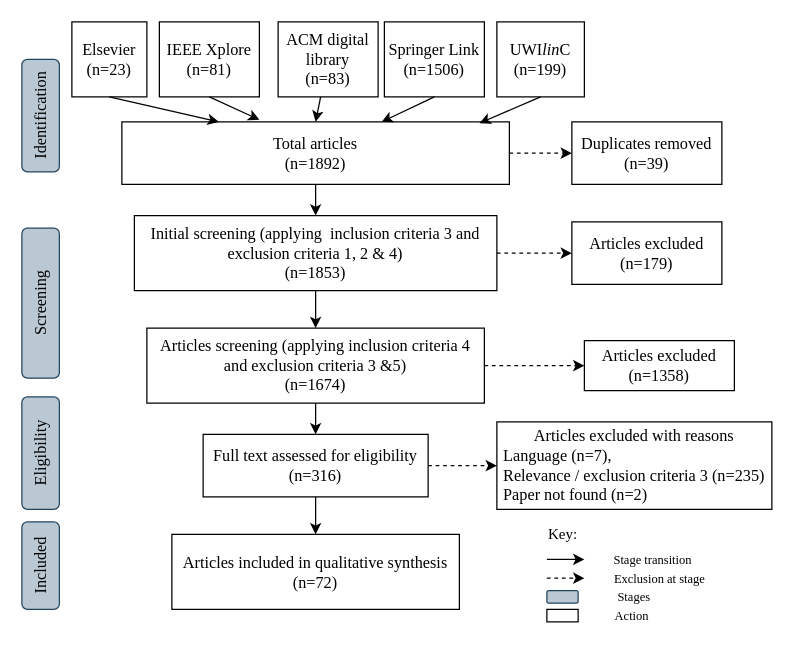
Before: page "SLR Stages" (7 of 15) of TheModel.drawio in Kibolabs/Diagrams, a draw.io diagram. Source tidied: cells renumbered, new cells numbered last; positions are measured from the earlier drawing's top-left corner, leaving out a move shared by most shapes. Both pictures are drawn from the tidied source at 125%, with x=0, y=0 at pixel (-35, 21).
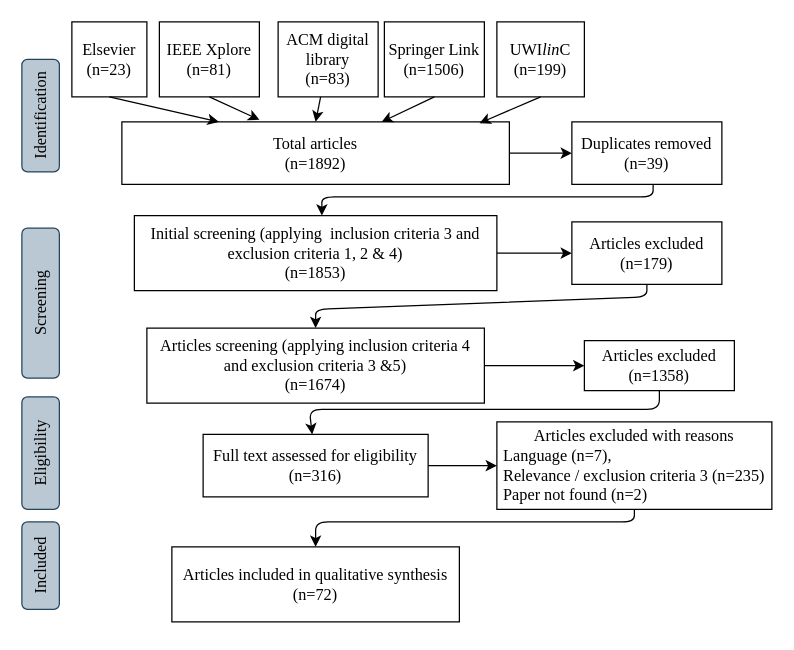
The same diagram, later.

Unchanged cells that the change refers to:
```xml
<mxCell id="11" value="&lt;div style=&quot;font-size: 13px&quot;&gt;Total articles&lt;/div&gt;&lt;div style=&quot;font-size: 13px&quot;&gt;(n=1892)&lt;br style=&quot;font-size: 13px&quot;&gt;&lt;/div&gt;" style="rounded=0;whiteSpace=wrap;html=1;fontFamily=Times New Roman;fontSize=13;" parent="1" vertex="1">
  <mxGeometry x="125" y="80" width="310" height="50" as="geometry" />
</mxCell>
<mxCell id="12" value="&lt;div style=&quot;font-size: 13px;&quot;&gt;Initial screening (applying&amp;nbsp; inclusion criteria 3 and exclusion criteria 1, 2 &amp;amp; 4)&lt;/div&gt;&lt;div style=&quot;font-size: 13px;&quot;&gt;(n=1853)&lt;br style=&quot;font-size: 13px;&quot;&gt;&lt;/div&gt;" style="rounded=0;whiteSpace=wrap;html=1;fontFamily=Times New Roman;fontSize=13;" parent="1" vertex="1">
  <mxGeometry x="135" y="155" width="290" height="60" as="geometry" />
</mxCell>
<mxCell id="13" value="&lt;div style=&quot;font-size: 13px&quot;&gt;Articles excluded&lt;/div&gt;&lt;div style=&quot;font-size: 13px&quot;&gt;(n=179)&lt;br style=&quot;font-size: 13px&quot;&gt;&lt;/div&gt;" style="rounded=0;whiteSpace=wrap;html=1;fontFamily=Times New Roman;fontSize=13;" parent="1" vertex="1">
  <mxGeometry x="485" y="160" width="120" height="50" as="geometry" />
</mxCell>
<mxCell id="14" value="&lt;div style=&quot;font-size: 13px&quot;&gt;Articles screening (applying inclusion criteria 4 and exclusion criteria 3 &amp;amp;5)&lt;/div&gt;&lt;div style=&quot;font-size: 13px&quot;&gt;(n=1674)&lt;br style=&quot;font-size: 13px&quot;&gt;&lt;/div&gt;" style="rounded=0;whiteSpace=wrap;html=1;fontFamily=Times New Roman;fontSize=13;" parent="1" vertex="1">
  <mxGeometry x="145" y="245" width="270" height="60" as="geometry" />
</mxCell>
<mxCell id="15" value="&lt;div style=&quot;font-size: 13px;&quot;&gt;Articles excluded&lt;/div&gt;&lt;div style=&quot;font-size: 13px;&quot;&gt;(n=1358)&lt;br style=&quot;font-size: 13px;&quot;&gt;&lt;/div&gt;" style="rounded=0;whiteSpace=wrap;html=1;fontFamily=Times New Roman;fontSize=13;" parent="1" vertex="1">
  <mxGeometry x="495" y="255" width="120" height="40" as="geometry" />
</mxCell>
<mxCell id="16" value="&lt;div style=&quot;font-size: 13px;&quot;&gt;Full text assessed for eligibility&lt;/div&gt;&lt;div style=&quot;font-size: 13px;&quot;&gt;(n=316)&lt;br style=&quot;font-size: 13px;&quot;&gt;&lt;/div&gt;" style="rounded=0;whiteSpace=wrap;html=1;fontFamily=Times New Roman;fontSize=13;" parent="1" vertex="1">
  <mxGeometry x="190" y="330" width="180" height="50" as="geometry" />
</mxCell>
<mxCell id="17" value="&lt;div style=&quot;font-size: 13px&quot;&gt;Articles excluded with reasons&lt;br&gt;&lt;/div&gt;&lt;div style=&quot;font-size: 13px&quot; align=&quot;justify&quot;&gt;Language (n=7), &lt;br style=&quot;font-size: 13px&quot;&gt;&lt;/div&gt;&lt;div style=&quot;font-size: 13px&quot; align=&quot;justify&quot;&gt;Relevance / exclusion criteria 3 (n=235)&lt;/div&gt;&lt;div style=&quot;font-size: 13px&quot; align=&quot;justify&quot;&gt;Paper not found (n=2)&lt;br style=&quot;font-size: 13px&quot;&gt;&lt;/div&gt;" style="rounded=0;whiteSpace=wrap;html=1;fontFamily=Times New Roman;fontSize=13;" parent="1" vertex="1">
  <mxGeometry x="425" y="320" width="220" height="70" as="geometry" />
</mxCell>
<mxCell id="31" value="&lt;div style=&quot;font-size: 13px&quot;&gt;Duplicates removed&lt;/div&gt;&lt;div style=&quot;font-size: 13px&quot;&gt;(n=39)&lt;br style=&quot;font-size: 13px&quot;&gt;&lt;/div&gt;" style="rounded=0;whiteSpace=wrap;html=1;fontFamily=Times New Roman;fontSize=13;" parent="1" vertex="1">
  <mxGeometry x="485" y="80" width="120" height="50" as="geometry" />
</mxCell>
```

Change to the diagram source:
```diff
@@
     <mxCell id="18" value="&lt;div style=&quot;font-size: 13px;&quot;&gt;Articles included in qualitative synthesis&lt;/div&gt;&lt;div style=&quot;font-size: 13px;&quot;&gt;(n=72)&lt;br style=&quot;font-size: 13px;&quot;&gt;&lt;/div&gt;" style="rounded=0;whiteSpace=wrap;html=1;fontFamily=Times New Roman;fontSize=13;" parent="1" vertex="1">
-      <mxGeometry x="165" y="410" width="230" height="60" as="geometry" />
+      <mxGeometry x="165" y="420" width="230" height="60" as="geometry" />
     </mxCell>
@@
-    <mxCell id="24" style="endArrow=classic;html=1;fontFamily=Times New Roman;fontSize=13;exitX=0.5;exitY=1;exitDx=0;exitDy=0;entryX=0.5;entryY=0;entryDx=0;entryDy=0;" parent="1" edge="1" source="11" target="12">
-      <mxGeometry relative="1" as="geometry" />
+    <mxCell id="24" style="endArrow=classic;html=1;fontFamily=Times New Roman;fontSize=13;exitX=0.5;exitY=1;exitDx=0;exitDy=0;entryX=0.5;entryY=0;entryDx=0;entryDy=0;" parent="1" edge="1">
+      <mxGeometry relative="1" as="geometry">
+        <mxPoint x="550" y="130" as="sourcePoint" />
+        <mxPoint x="285" y="155" as="targetPoint" />
+        <Array as="points">
+          <mxPoint x="550" y="140" />
+          <mxPoint x="285" y="140" />
+        </Array>
+      </mxGeometry>
     </mxCell>
-    <mxCell id="25" style="endArrow=classic;html=1;fontFamily=Times New Roman;fontSize=13;exitX=1;exitY=0.5;exitDx=0;exitDy=0;entryX=0;entryY=0.5;entryDx=0;entryDy=0;dashed=1;" parent="1" edge="1" source="16" target="17">
+    <mxCell id="25" style="endArrow=classic;html=1;fontFamily=Times New Roman;fontSize=13;exitX=1;exitY=0.5;exitDx=0;exitDy=0;entryX=0;entryY=0.5;entryDx=0;entryDy=0;" parent="1" edge="1" source="16" target="17">
       <mxGeometry relative="1" as="geometry" />
     </mxCell>
-    <mxCell id="26" style="endArrow=classic;html=1;fontFamily=Times New Roman;fontSize=13;exitX=0.5;exitY=1;exitDx=0;exitDy=0;" parent="1" edge="1" source="14" target="16">
-      <mxGeometry relative="1" as="geometry" />
+    <mxCell id="26" style="endArrow=classic;html=1;fontFamily=Times New Roman;fontSize=13;exitX=0.5;exitY=1;exitDx=0;exitDy=0;" parent="1" edge="1" source="15" target="16">
+      <mxGeometry relative="1" as="geometry">
+        <Array as="points">
+          <mxPoint x="555" y="310" />
+          <mxPoint x="275" y="310" />
+        </Array>
+      </mxGeometry>
     </mxCell>
-    <mxCell id="27" style="endArrow=classic;html=1;fontFamily=Times New Roman;fontSize=13;exitX=1;exitY=0.5;exitDx=0;exitDy=0;entryX=0;entryY=0.5;entryDx=0;entryDy=0;dashed=1;" parent="1" edge="1" source="14" target="15">
+    <mxCell id="27" style="endArrow=classic;html=1;fontFamily=Times New Roman;fontSize=13;exitX=1;exitY=0.5;exitDx=0;exitDy=0;entryX=0;entryY=0.5;entryDx=0;entryDy=0;" parent="1" edge="1" source="14" target="15">
       <mxGeometry relative="1" as="geometry" />
     </mxCell>
-    <mxCell id="28" style="endArrow=classic;html=1;fontFamily=Times New Roman;fontSize=13;exitX=0.5;exitY=1;exitDx=0;exitDy=0;entryX=0.5;entryY=0;entryDx=0;entryDy=0;" parent="1" edge="1" source="12" target="14">
-      <mxGeometry relative="1" as="geometry" />
+    <mxCell id="28" style="endArrow=classic;html=1;fontFamily=Times New Roman;fontSize=13;exitX=0.5;exitY=1;exitDx=0;exitDy=0;entryX=0.5;entryY=0;entryDx=0;entryDy=0;" parent="1" edge="1" source="13" target="14">
+      <mxGeometry relative="1" as="geometry">
+        <Array as="points">
+          <mxPoint x="545" y="220" />
+          <mxPoint x="280" y="230" />
+        </Array>
+      </mxGeometry>
     </mxCell>
-    <mxCell id="29" style="endArrow=classic;html=1;fontFamily=Times New Roman;fontSize=13;exitX=1;exitY=0.5;exitDx=0;exitDy=0;entryX=0;entryY=0.5;entryDx=0;entryDy=0;dashed=1;" parent="1" edge="1" source="12" target="13">
+    <mxCell id="29" style="endArrow=classic;html=1;fontFamily=Times New Roman;fontSize=13;exitX=1;exitY=0.5;exitDx=0;exitDy=0;entryX=0;entryY=0.5;entryDx=0;entryDy=0;" parent="1" edge="1" source="12" target="13">
       <mxGeometry relative="1" as="geometry" />
     </mxCell>
-    <mxCell id="30" style="endArrow=classic;html=1;fontFamily=Times New Roman;fontSize=13;exitX=0.5;exitY=1;exitDx=0;exitDy=0;entryX=0.5;entryY=0;entryDx=0;entryDy=0;" parent="1" edge="1" source="16" target="18">
-      <mxGeometry relative="1" as="geometry" />
+    <mxCell id="30" style="endArrow=classic;html=1;fontFamily=Times New Roman;fontSize=13;exitX=0.5;exitY=1;exitDx=0;exitDy=0;entryX=0.5;entryY=0;entryDx=0;entryDy=0;" parent="1" edge="1" source="17" target="18">
+      <mxGeometry relative="1" as="geometry">
+        <Array as="points">
+          <mxPoint x="535" y="400" />
+          <mxPoint x="280" y="400" />
+        </Array>
+      </mxGeometry>
     </mxCell>
@@
-    <mxCell id="32" style="endArrow=classic;html=1;fontFamily=Times New Roman;fontSize=13;exitX=1;exitY=0.5;exitDx=0;exitDy=0;dashed=1;entryX=0;entryY=0.5;entryDx=0;entryDy=0;" parent="1" edge="1" source="11" target="31">
+    <mxCell id="32" style="endArrow=classic;html=1;fontFamily=Times New Roman;fontSize=13;exitX=1;exitY=0.5;exitDx=0;exitDy=0;entryX=0;entryY=0.5;entryDx=0;entryDy=0;" parent="1" edge="1" source="11" target="31">
       <mxGeometry relative="1" as="geometry" />
     </mxCell>
-    <mxCell id="33" value="Key:" style="text;html=1;strokeColor=none;fillColor=none;align=center;verticalAlign=middle;whiteSpace=wrap;rounded=0;fontFamily=Times New Roman;" parent="1" vertex="1">
-      <mxGeometry x="457.5" y="400" width="40" height="20" as="geometry" />
-    </mxCell>
-    <mxCell id="34" style="endArrow=classic;html=1;fontFamily=Times New Roman;" parent="1" edge="1">
-      <mxGeometry relative="1" as="geometry">
-        <mxPoint x="465" y="430" as="sourcePoint" />
-        <mxPoint x="495" y="430" as="targetPoint" />
-      </mxGeometry>
-    </mxCell>
-    <mxCell id="35" style="endArrow=classic;html=1;dashed=1;fontFamily=Times New Roman;" parent="1" edge="1">
-      <mxGeometry relative="1" as="geometry">
-        <mxPoint x="465" y="445" as="sourcePoint" />
-        <mxPoint x="495" y="445" as="targetPoint" />
-      </mxGeometry>
-    </mxCell>
-    <mxCell id="36" value="Stage transition" style="text;html=1;strokeColor=none;fillColor=none;align=center;verticalAlign=middle;whiteSpace=wrap;rounded=0;fontSize=10;fontFamily=Times New Roman;" parent="1" vertex="1">
-      <mxGeometry x="505" y="420" width="90" height="20" as="geometry" />
-    </mxCell>
-    <mxCell id="37" value="Exclusion at stage" style="text;html=1;strokeColor=none;fillColor=none;align=center;verticalAlign=middle;whiteSpace=wrap;rounded=0;fontSize=10;fontFamily=Times New Roman;" parent="1" vertex="1">
-      <mxGeometry x="502.5" y="435" width="105" height="20" as="geometry" />
-    </mxCell>
-    <mxCell id="38" style="rounded=1;whiteSpace=wrap;html=1;rotation=0;fontFamily=Times New Roman;fontSize=13;labelBackgroundColor=none;fillColor=#bac8d3;strokeColor=#23445d;" parent="1" vertex="1">
-      <mxGeometry x="465" y="455" width="25" height="10" as="geometry" />
-    </mxCell>
-    <mxCell id="39" style="rounded=0;whiteSpace=wrap;html=1;fontFamily=Times New Roman;" parent="1" vertex="1">
-      <mxGeometry x="465" y="470" width="25" height="10" as="geometry" />
-    </mxCell>
-    <mxCell id="40" value="Stages" style="text;html=1;strokeColor=none;fillColor=none;align=center;verticalAlign=middle;whiteSpace=wrap;rounded=0;fontSize=10;fontFamily=Times New Roman;" parent="1" vertex="1">
-      <mxGeometry x="505" y="450" width="60" height="20" as="geometry" />
-    </mxCell>
-    <mxCell id="41" value="Action&amp;nbsp;" style="text;html=1;strokeColor=none;fillColor=none;align=center;verticalAlign=middle;whiteSpace=wrap;rounded=0;fontSize=10;fontFamily=Times New Roman;" parent="1" vertex="1">
-      <mxGeometry x="502.5" y="465" width="62.5" height="20" as="geometry" />
-    </mxCell>
```
